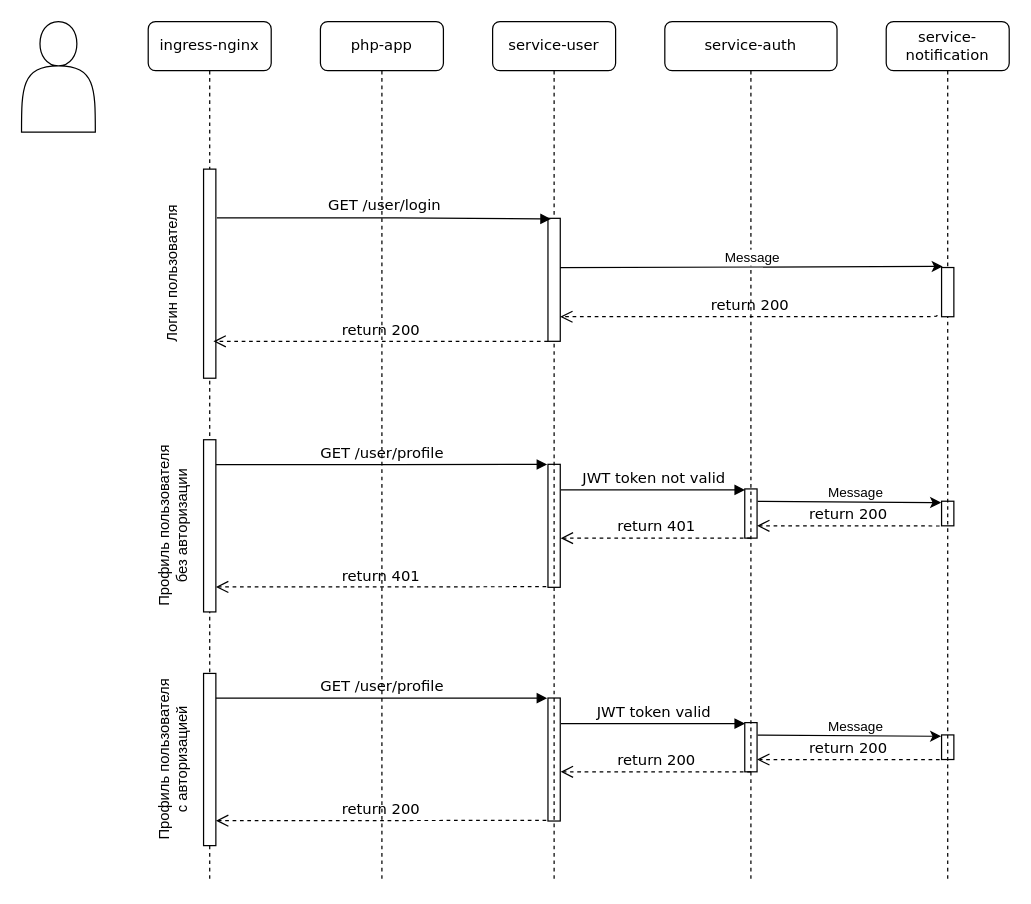
Earlier version of the draw.io diagram lesson-6/interaction of services.drawio (confuciy/microservice_architecture). Source tidied: cells renumbered, new cells numbered last; positions are measured from the earlier drawing's top-left corner, leaving out a move shared by most shapes. Both pictures are drawn from the tidied source at 123%, with x=0, y=0 at pixel (21, 21).
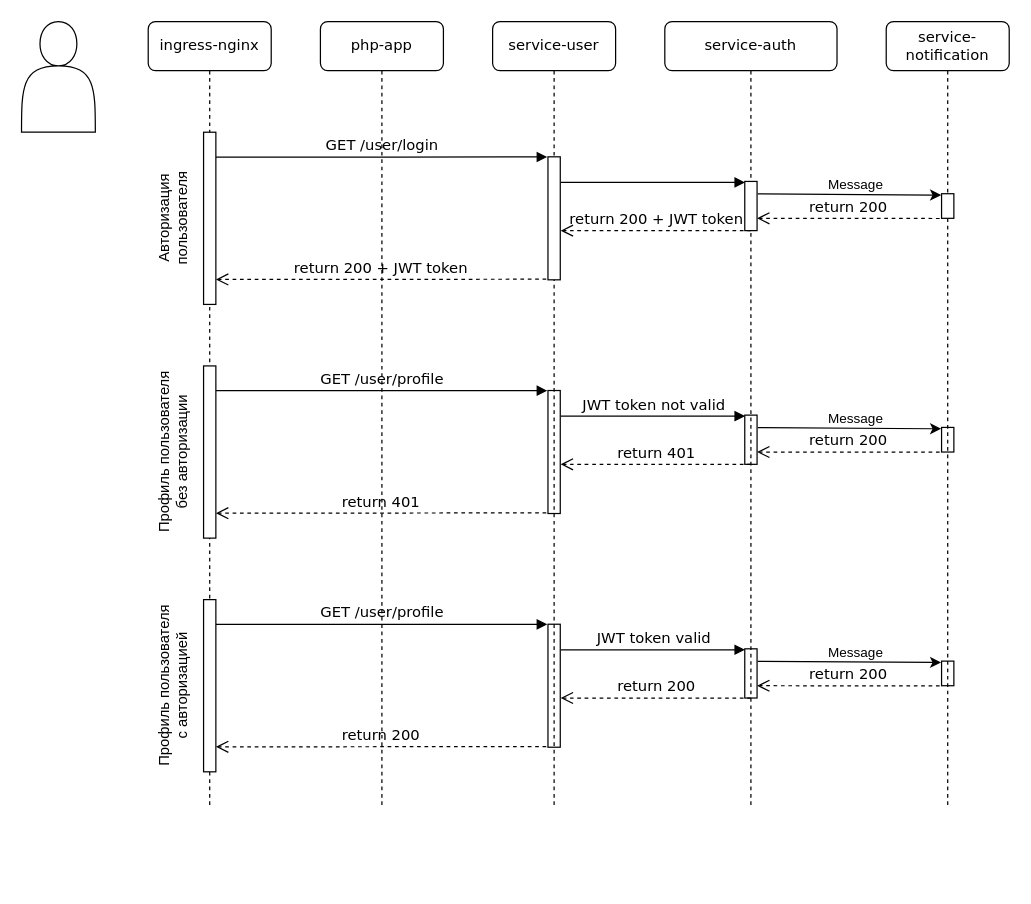
Above is the later version.

What changed in the source:
```diff
@@
     <mxCell id="2" value="ingress-nginx" style="shape=umlLifeline;perimeter=lifelinePerimeter;whiteSpace=wrap;html=1;rounded=1;shadow=0;comic=0;labelBackgroundColor=none;strokeWidth=1;fontFamily=Verdana;fontSize=12;align=center;" parent="1" vertex="1">
-      <mxGeometry x="103" width="100" height="700" as="geometry" />
+      <mxGeometry x="103" width="100" height="640" as="geometry" />
     </mxCell>
-    <mxCell id="3" style="html=1;points=[];perimeter=orthogonalPerimeter;rounded=0;shadow=0;comic=0;labelBackgroundColor=none;strokeWidth=1;fontFamily=Verdana;fontSize=12;align=center;" parent="2" vertex="1">
-      <mxGeometry x="45" y="120" width="10" height="170" as="geometry" />
-    </mxCell>
-    <mxCell id="4" value="Логин пользователя" style="text;html=1;align=center;verticalAlign=middle;whiteSpace=wrap;rounded=0;rotation=270;" parent="2" vertex="1">
-      <mxGeometry x="-50" y="190" width="140" height="30" as="geometry" />
-    </mxCell>
     <mxCell id="5" value="php-app" style="shape=umlLifeline;perimeter=lifelinePerimeter;whiteSpace=wrap;html=1;rounded=1;shadow=0;comic=0;labelBackgroundColor=none;strokeWidth=1;fontFamily=Verdana;fontSize=12;align=center;" parent="1" vertex="1">
-      <mxGeometry x="243" width="100" height="700" as="geometry" />
+      <mxGeometry x="243" width="100" height="640" as="geometry" />
     </mxCell>
     <mxCell id="6" style="html=1;points=[];perimeter=orthogonalPerimeter;rounded=0;shadow=0;comic=0;labelBackgroundColor=none;strokeWidth=1;fontFamily=Verdana;fontSize=12;align=center;" parent="5" vertex="1">
-      <mxGeometry x="-95" y="340" width="10" height="140" as="geometry" />
+      <mxGeometry x="-95" y="280" width="10" height="140" as="geometry" />
     </mxCell>
     <mxCell id="7" value="Профиль пользователя без авторизации" style="text;html=1;align=center;verticalAlign=middle;whiteSpace=wrap;rounded=0;rotation=270;" parent="5" vertex="1">
-      <mxGeometry x="-190" y="395" width="140" height="30" as="geometry" />
+      <mxGeometry x="-190" y="335" width="140" height="30" as="geometry" />
     </mxCell>
     <mxCell id="8" style="html=1;points=[];perimeter=orthogonalPerimeter;rounded=0;shadow=0;comic=0;labelBackgroundColor=none;strokeWidth=1;fontFamily=Verdana;fontSize=12;align=center;" parent="5" vertex="1">
-      <mxGeometry x="185" y="360" width="10" height="100" as="geometry" />
+      <mxGeometry x="185" y="300" width="10" height="100" as="geometry" />
     </mxCell>
     <mxCell id="9" style="html=1;points=[];perimeter=orthogonalPerimeter;rounded=0;shadow=0;comic=0;labelBackgroundColor=none;strokeWidth=1;fontFamily=Verdana;fontSize=12;align=center;" parent="5" vertex="1">
-      <mxGeometry x="345" y="380" width="10" height="40" as="geometry" />
+      <mxGeometry x="345" y="320" width="10" height="40" as="geometry" />
     </mxCell>
     <mxCell id="10" style="html=1;points=[];perimeter=orthogonalPerimeter;rounded=0;shadow=0;comic=0;labelBackgroundColor=none;strokeWidth=1;fontFamily=Verdana;fontSize=12;align=center;" parent="5" vertex="1">
-      <mxGeometry x="505" y="390" width="10" height="20" as="geometry" />
+      <mxGeometry x="505" y="330" width="10" height="20" as="geometry" />
     </mxCell>
@@
     <mxCell id="13" value="return 401" style="html=1;verticalAlign=bottom;endArrow=open;dashed=1;endSize=8;labelBackgroundColor=none;fontFamily=Verdana;fontSize=12;edgeStyle=elbowEdgeStyle;elbow=vertical;exitX=0.5;exitY=1;exitDx=0;exitDy=0;exitPerimeter=0;entryX=1.031;entryY=0.6;entryDx=0;entryDy=0;entryPerimeter=0;" parent="5" edge="1" source="9" target="8">
       <mxGeometry relative="1" as="geometry">
         <Array as="points">
-          <mxPoint x="210" y="420" />
-          <mxPoint x="562" y="360" />
+          <mxPoint x="210" y="360" />
+          <mxPoint x="562" y="300" />
         </Array>
       </mxGeometry>
     </mxCell>
     <mxCell id="14" value="return 401" style="html=1;verticalAlign=bottom;endArrow=open;dashed=1;endSize=8;labelBackgroundColor=none;fontFamily=Verdana;fontSize=12;edgeStyle=elbowEdgeStyle;elbow=vertical;exitX=-0.14;exitY=0.995;exitDx=0;exitDy=0;exitPerimeter=0;entryX=1.005;entryY=0.859;entryDx=0;entryDy=0;entryPerimeter=0;" parent="5" edge="1" source="8" target="6">
       <mxGeometry relative="1" as="geometry">
         <Array as="points">
-          <mxPoint x="15" y="459.7" />
-          <mxPoint x="367" y="399.7" />
+          <mxPoint x="15" y="399.7" />
+          <mxPoint x="367" y="339.7" />
         </Array>
       </mxGeometry>
     </mxCell>
@@
     <mxCell id="16" value="return 200" style="html=1;verticalAlign=bottom;endArrow=open;dashed=1;endSize=8;labelBackgroundColor=none;fontFamily=Verdana;fontSize=12;edgeStyle=elbowEdgeStyle;elbow=vertical;exitX=-0.157;exitY=1.007;exitDx=0;exitDy=0;exitPerimeter=0;entryX=0.999;entryY=0.77;entryDx=0;entryDy=0;entryPerimeter=0;" parent="5" edge="1" source="10" target="9">
       <mxGeometry relative="1" as="geometry">
         <Array as="points">
-          <mxPoint x="360" y="410" />
-          <mxPoint x="687" y="350" />
+          <mxPoint x="360" y="350" />
+          <mxPoint x="687" y="290" />
         </Array>
       </mxGeometry>
     </mxCell>
     <mxCell id="17" value="Message" style="edgeLabel;html=1;align=center;verticalAlign=middle;" parent="5" vertex="1">
-      <mxGeometry x="434" y="382" as="geometry" />
+      <mxGeometry x="434" y="322" as="geometry" />
     </mxCell>
     <mxCell id="18" style="html=1;points=[];perimeter=orthogonalPerimeter;rounded=0;shadow=0;comic=0;labelBackgroundColor=none;strokeWidth=1;fontFamily=Verdana;fontSize=12;align=center;" parent="5" vertex="1">
-      <mxGeometry x="-95" y="530" width="10" height="140" as="geometry" />
+      <mxGeometry x="-95" y="470" width="10" height="140" as="geometry" />
     </mxCell>
     <mxCell id="19" value="Профиль пользователя c авторизацией" style="text;html=1;align=center;verticalAlign=middle;whiteSpace=wrap;rounded=0;rotation=270;" parent="5" vertex="1">
-      <mxGeometry x="-190" y="585" width="140" height="30" as="geometry" />
+      <mxGeometry x="-190" y="525" width="140" height="30" as="geometry" />
     </mxCell>
     <mxCell id="20" style="html=1;points=[];perimeter=orthogonalPerimeter;rounded=0;shadow=0;comic=0;labelBackgroundColor=none;strokeWidth=1;fontFamily=Verdana;fontSize=12;align=center;" parent="5" vertex="1">
-      <mxGeometry x="185" y="550" width="10" height="100" as="geometry" />
+      <mxGeometry x="185" y="490" width="10" height="100" as="geometry" />
     </mxCell>
     <mxCell id="21" style="html=1;points=[];perimeter=orthogonalPerimeter;rounded=0;shadow=0;comic=0;labelBackgroundColor=none;strokeWidth=1;fontFamily=Verdana;fontSize=12;align=center;" parent="5" vertex="1">
-      <mxGeometry x="345" y="570" width="10" height="40" as="geometry" />
+      <mxGeometry x="345" y="510" width="10" height="40" as="geometry" />
     </mxCell>
     <mxCell id="22" style="html=1;points=[];perimeter=orthogonalPerimeter;rounded=0;shadow=0;comic=0;labelBackgroundColor=none;strokeWidth=1;fontFamily=Verdana;fontSize=12;align=center;" parent="5" vertex="1">
-      <mxGeometry x="505" y="580" width="10" height="20" as="geometry" />
+      <mxGeometry x="505" y="520" width="10" height="20" as="geometry" />
     </mxCell>
@@
     <mxCell id="25" value="return 200" style="html=1;verticalAlign=bottom;endArrow=open;dashed=1;endSize=8;labelBackgroundColor=none;fontFamily=Verdana;fontSize=12;edgeStyle=elbowEdgeStyle;elbow=vertical;exitX=0.5;exitY=1;exitDx=0;exitDy=0;exitPerimeter=0;entryX=1.031;entryY=0.6;entryDx=0;entryDy=0;entryPerimeter=0;" parent="5" edge="1" source="21" target="20">
       <mxGeometry relative="1" as="geometry">
         <Array as="points">
-          <mxPoint x="210" y="610" />
-          <mxPoint x="562" y="550" />
+          <mxPoint x="210" y="550" />
+          <mxPoint x="562" y="490" />
         </Array>
       </mxGeometry>
     </mxCell>
     <mxCell id="26" value="return 200" style="html=1;verticalAlign=bottom;endArrow=open;dashed=1;endSize=8;labelBackgroundColor=none;fontFamily=Verdana;fontSize=12;edgeStyle=elbowEdgeStyle;elbow=vertical;exitX=-0.14;exitY=0.995;exitDx=0;exitDy=0;exitPerimeter=0;entryX=1.005;entryY=0.859;entryDx=0;entryDy=0;entryPerimeter=0;" parent="5" edge="1" source="20" target="18">
       <mxGeometry relative="1" as="geometry">
         <Array as="points">
-          <mxPoint x="15" y="649.7" />
-          <mxPoint x="367" y="589.7" />
+          <mxPoint x="15" y="589.7" />
+          <mxPoint x="367" y="529.7" />
         </Array>
       </mxGeometry>
     </mxCell>
@@
     <mxCell id="28" value="return 200" style="html=1;verticalAlign=bottom;endArrow=open;dashed=1;endSize=8;labelBackgroundColor=none;fontFamily=Verdana;fontSize=12;edgeStyle=elbowEdgeStyle;elbow=vertical;exitX=-0.157;exitY=1.007;exitDx=0;exitDy=0;exitPerimeter=0;entryX=0.999;entryY=0.77;entryDx=0;entryDy=0;entryPerimeter=0;" parent="5" edge="1" source="22" target="21">
       <mxGeometry relative="1" as="geometry">
         <Array as="points">
-          <mxPoint x="360" y="600" />
-          <mxPoint x="687" y="540" />
+          <mxPoint x="360" y="540" />
+          <mxPoint x="687" y="480" />
         </Array>
       </mxGeometry>
     </mxCell>
     <mxCell id="29" value="Message" style="edgeLabel;html=1;align=center;verticalAlign=middle;" parent="5" vertex="1">
-      <mxGeometry x="434" y="572" as="geometry" />
+      <mxGeometry x="434" y="512" as="geometry" />
     </mxCell>
     <mxCell id="30" value="service-user" style="shape=umlLifeline;perimeter=lifelinePerimeter;whiteSpace=wrap;html=1;rounded=1;shadow=0;comic=0;labelBackgroundColor=none;strokeWidth=1;fontFamily=Verdana;fontSize=12;align=center;" parent="1" vertex="1">
-      <mxGeometry x="383" width="100" height="700" as="geometry" />
+      <mxGeometry x="383" width="100" height="640" as="geometry" />
     </mxCell>
-    <mxCell id="31" style="html=1;points=[];perimeter=orthogonalPerimeter;rounded=0;shadow=0;comic=0;labelBackgroundColor=none;strokeWidth=1;fontFamily=Verdana;fontSize=12;align=center;" parent="30" vertex="1">
-      <mxGeometry x="45" y="160" width="10" height="100" as="geometry" />
-    </mxCell>
     <mxCell id="32" value="service-auth" style="shape=umlLifeline;perimeter=lifelinePerimeter;whiteSpace=wrap;html=1;rounded=1;shadow=0;comic=0;labelBackgroundColor=none;strokeWidth=1;fontFamily=Verdana;fontSize=12;align=center;" parent="1" vertex="1">
-      <mxGeometry x="523" width="140" height="700" as="geometry" />
+      <mxGeometry x="523" width="140" height="640" as="geometry" />
     </mxCell>
     <mxCell id="33" value="service-notification" style="shape=umlLifeline;perimeter=lifelinePerimeter;whiteSpace=wrap;html=1;rounded=1;shadow=0;comic=0;labelBackgroundColor=none;strokeWidth=1;fontFamily=Verdana;fontSize=12;align=center;" parent="1" vertex="1">
-      <mxGeometry x="703" width="100" height="700" as="geometry" />
+      <mxGeometry x="703" width="100" height="640" as="geometry" />
     </mxCell>
-    <mxCell id="34" style="html=1;points=[];perimeter=orthogonalPerimeter;rounded=0;shadow=0;comic=0;labelBackgroundColor=none;strokeWidth=1;fontFamily=Verdana;fontSize=12;align=center;" parent="33" vertex="1">
-      <mxGeometry x="45" y="200" width="10" height="40" as="geometry" />
-    </mxCell>
+    <mxCell id="37" style="shape=actor;whiteSpace=wrap;html=1;" parent="1" vertex="1">
+      <mxGeometry width="60" height="90" as="geometry" />
+    </mxCell>
+    <mxCell id="41" style="html=1;points=[];perimeter=orthogonalPerimeter;rounded=0;shadow=0;comic=0;labelBackgroundColor=none;strokeWidth=1;fontFamily=Verdana;fontSize=12;align=center;" parent="1" vertex="1">
+      <mxGeometry x="148" y="90" width="10" height="140" as="geometry" />
+    </mxCell>
+    <mxCell id="42" value="Авторизация пользователя" style="text;html=1;align=center;verticalAlign=middle;whiteSpace=wrap;rounded=0;rotation=270;" parent="1" vertex="1">
+      <mxGeometry x="53" y="145" width="140" height="30" as="geometry" />
+    </mxCell>
+    <mxCell id="43" style="html=1;points=[];perimeter=orthogonalPerimeter;rounded=0;shadow=0;comic=0;labelBackgroundColor=none;strokeWidth=1;fontFamily=Verdana;fontSize=12;align=center;" parent="1" vertex="1">
+      <mxGeometry x="428" y="110" width="10" height="100" as="geometry" />
+    </mxCell>
+    <mxCell id="44" style="html=1;points=[];perimeter=orthogonalPerimeter;rounded=0;shadow=0;comic=0;labelBackgroundColor=none;strokeWidth=1;fontFamily=Verdana;fontSize=12;align=center;" parent="1" vertex="1">
+      <mxGeometry x="588" y="130" width="10" height="40" as="geometry" />
+    </mxCell>
+    <mxCell id="45" style="html=1;points=[];perimeter=orthogonalPerimeter;rounded=0;shadow=0;comic=0;labelBackgroundColor=none;strokeWidth=1;fontFamily=Verdana;fontSize=12;align=center;" parent="1" vertex="1">
+      <mxGeometry x="748" y="140" width="10" height="20" as="geometry" />
+    </mxCell>
-    <mxCell id="35" value="GET /user/login" style="html=1;verticalAlign=bottom;endArrow=block;labelBackgroundColor=none;fontFamily=Verdana;fontSize=12;edgeStyle=elbowEdgeStyle;elbow=horizontal;entryX=0.235;entryY=0.005;entryDx=0;entryDy=0;entryPerimeter=0;exitX=1.082;exitY=0.233;exitDx=0;exitDy=0;exitPerimeter=0;" parent="1" edge="1" source="3" target="31">
+    <mxCell id="35" value="GET /user/login" style="html=1;verticalAlign=bottom;endArrow=block;labelBackgroundColor=none;fontFamily=Verdana;fontSize=12;edgeStyle=elbowEdgeStyle;elbow=horizontal;entryX=-0.062;entryY=0.001;entryDx=0;entryDy=0;entryPerimeter=0;exitX=1.005;exitY=0.144;exitDx=0;exitDy=0;exitPerimeter=0;" parent="1" edge="1" source="41" target="43">
       <mxGeometry relative="1" as="geometry" />
     </mxCell>
-    <mxCell id="36" value="return 200" style="html=1;verticalAlign=bottom;endArrow=open;dashed=1;endSize=8;labelBackgroundColor=none;fontFamily=Verdana;fontSize=12;edgeStyle=elbowEdgeStyle;elbow=vertical;entryX=0.8;entryY=0.82;entryDx=0;entryDy=0;entryPerimeter=0;" parent="1" edge="1" source="31" target="3">
-      <mxGeometry relative="1" as="geometry">
-        <Array as="points">
-          <mxPoint x="403" y="260" />
-          <mxPoint x="403" y="180" />
-        </Array>
-      </mxGeometry>
-    </mxCell>
-    <mxCell id="37" style="shape=actor;whiteSpace=wrap;html=1;" parent="1" vertex="1">
-      <mxGeometry width="60" height="90" as="geometry" />
-    </mxCell>
-    <mxCell id="38" style="endArrow=classic;html=1;rounded=0;entryX=0.094;entryY=-0.022;entryDx=0;entryDy=0;entryPerimeter=0;exitX=0.988;exitY=0.401;exitDx=0;exitDy=0;exitPerimeter=0;" parent="1" edge="1" source="31" target="34">
-      <mxGeometry relative="1" as="geometry" />
-    </mxCell>
+    <mxCell id="46" style="html=1;verticalAlign=bottom;endArrow=block;labelBackgroundColor=none;fontFamily=Verdana;fontSize=12;edgeStyle=elbowEdgeStyle;elbow=horizontal;entryX=0.02;entryY=0.02;entryDx=0;entryDy=0;entryPerimeter=0;exitX=1.06;exitY=0.208;exitDx=0;exitDy=0;exitPerimeter=0;" parent="1" edge="1" source="43" target="44">
+      <mxGeometry relative="1" as="geometry" />
+    </mxCell>
+    <mxCell id="47" value="return 200 + JWT token" style="html=1;verticalAlign=bottom;endArrow=open;dashed=1;endSize=8;labelBackgroundColor=none;fontFamily=Verdana;fontSize=12;edgeStyle=elbowEdgeStyle;elbow=vertical;exitX=0.5;exitY=1;exitDx=0;exitDy=0;exitPerimeter=0;entryX=1.031;entryY=0.6;entryDx=0;entryDy=0;entryPerimeter=0;" parent="1" edge="1" source="44" target="43">
+      <mxGeometry relative="1" as="geometry">
+        <Array as="points">
+          <mxPoint x="453" y="170" />
+          <mxPoint x="805" y="110" />
+        </Array>
+      </mxGeometry>
+    </mxCell>
+    <mxCell id="48" value="return 200 + JWT token" style="html=1;verticalAlign=bottom;endArrow=open;dashed=1;endSize=8;labelBackgroundColor=none;fontFamily=Verdana;fontSize=12;edgeStyle=elbowEdgeStyle;elbow=vertical;exitX=-0.14;exitY=0.995;exitDx=0;exitDy=0;exitPerimeter=0;entryX=1.005;entryY=0.859;entryDx=0;entryDy=0;entryPerimeter=0;" parent="1" edge="1" source="43" target="41">
+      <mxGeometry relative="1" as="geometry">
+        <Array as="points">
+          <mxPoint x="258" y="209.7" />
+          <mxPoint x="610" y="149.7" />
+        </Array>
+      </mxGeometry>
+    </mxCell>
+    <mxCell id="49" style="endArrow=classic;html=1;rounded=0;exitX=1.052;exitY=0.254;exitDx=0;exitDy=0;exitPerimeter=0;entryX=-0.036;entryY=0.056;entryDx=0;entryDy=0;entryPerimeter=0;" parent="1" edge="1" source="44" target="45">
+      <mxGeometry relative="1" as="geometry" />
+    </mxCell>
+    <mxCell id="50" value="return 200" style="html=1;verticalAlign=bottom;endArrow=open;dashed=1;endSize=8;labelBackgroundColor=none;fontFamily=Verdana;fontSize=12;edgeStyle=elbowEdgeStyle;elbow=vertical;exitX=-0.157;exitY=1.007;exitDx=0;exitDy=0;exitPerimeter=0;entryX=0.999;entryY=0.77;entryDx=0;entryDy=0;entryPerimeter=0;" parent="1" edge="1" source="45" target="44">
+      <mxGeometry relative="1" as="geometry">
+        <Array as="points">
+          <mxPoint x="603" y="160" />
+          <mxPoint x="930" y="100" />
+        </Array>
+      </mxGeometry>
+    </mxCell>
-    <mxCell id="39" value="Message" style="edgeLabel;html=1;align=center;verticalAlign=middle;" parent="38" vertex="1">
-      <mxGeometry x="0.09" y="1" relative="1" as="geometry">
-        <mxPoint x="-14" y="-7" as="offset" />
-      </mxGeometry>
+    <mxCell id="39" value="Message" style="edgeLabel;html=1;align=center;verticalAlign=middle;" parent="1" vertex="1">
+      <mxGeometry x="677" y="132" as="geometry" />
     </mxCell>
-    <mxCell id="40" value="return 200" style="html=1;verticalAlign=bottom;endArrow=open;dashed=1;endSize=8;labelBackgroundColor=none;fontFamily=Verdana;fontSize=12;edgeStyle=elbowEdgeStyle;elbow=vertical;exitX=-0.376;exitY=0.966;exitDx=0;exitDy=0;exitPerimeter=0;entryX=0.988;entryY=0.805;entryDx=0;entryDy=0;entryPerimeter=0;" parent="1" edge="1" source="34" target="31">
-      <mxGeometry relative="1" as="geometry">
-        <Array as="points">
-          <mxPoint x="613" y="240" />
-          <mxPoint x="1010" y="170" />
-        </Array>
-      </mxGeometry>
-    </mxCell>
```
